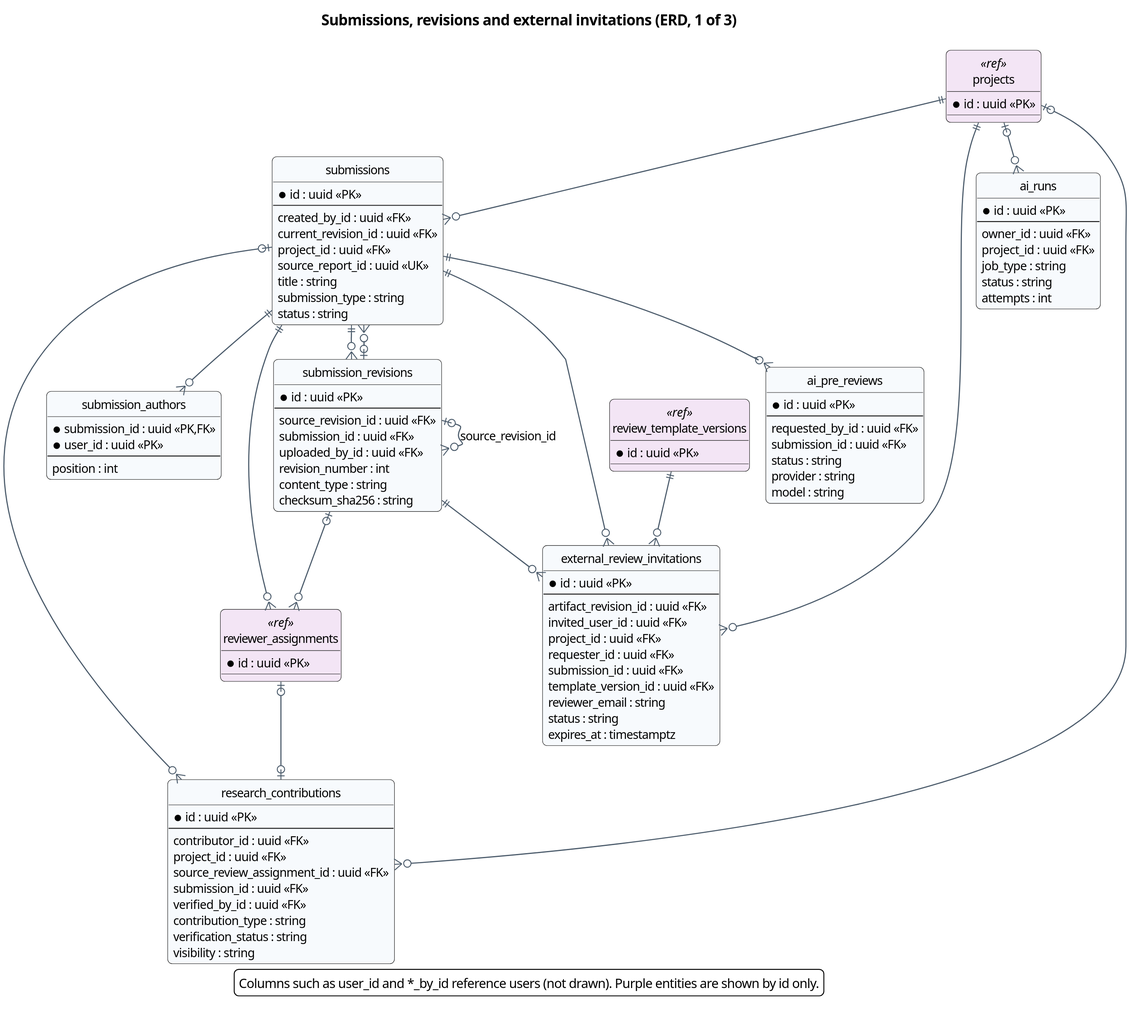
Above: docs/diagrams/report4/R4_ERD_review_a.svg in Khoa-Hoa-Technology-Solution-Company/lumi-gap (PlantUML), before the change. The source it was exported from:
```plantuml
@startuml
!pragma layout smetana
skinparam dpi 150
skinparam defaultFontName "Segoe UI"
skinparam defaultFontSize 13
skinparam shadowing false
skinparam roundCorner 10
skinparam ArrowColor #4A5A6A
skinparam ArrowThickness 1.2
skinparam BorderColor #2F6DB5
skinparam BackgroundColor #FFFFFF
skinparam TitleFontSize 16
skinparam TitleFontStyle bold
skinparam entity {
  BackgroundColor #F7FAFD
  BorderColor #2F6DB5
}
skinparam entity<<ref>> {
  BackgroundColor #F3E5F5
  BorderColor #7B1FA2
}
skinparam linetype ortho
hide circle
title Submissions, revisions and external invitations (ERD, 1 of 3)
entity submissions #F7FAFD {
  * id : uuid <<PK>>
  --
  created_by_id : uuid <<FK>>
  current_revision_id : uuid <<FK>>
  project_id : uuid <<FK>>
  source_report_id : uuid <<UK>>
  title : string
  submission_type : string
  status : string
}
entity submission_authors #F7FAFD {
  * submission_id : uuid <<PK,FK>>
  * user_id : uuid <<PK>>
  --
  position : int
}
entity submission_revisions #F7FAFD {
  * id : uuid <<PK>>
  --
  source_revision_id : uuid <<FK>>
  submission_id : uuid <<FK>>
  uploaded_by_id : uuid <<FK>>
  revision_number : int
  content_type : string
  checksum_sha256 : string
}
entity ai_pre_reviews #F7FAFD {
  * id : uuid <<PK>>
  --
  requested_by_id : uuid <<FK>>
  submission_id : uuid <<FK>>
  status : string
  provider : string
  model : string
}
entity ai_runs #F7FAFD {
  * id : uuid <<PK>>
  --
  owner_id : uuid <<FK>>
  project_id : uuid <<FK>>
  job_type : string
  status : string
  attempts : int
}
entity research_contributions #F7FAFD {
  * id : uuid <<PK>>
  --
  contributor_id : uuid <<FK>>
  project_id : uuid <<FK>>
  source_review_assignment_id : uuid <<FK>>
  submission_id : uuid <<FK>>
  verified_by_id : uuid <<FK>>
  contribution_type : string
  verification_status : string
  visibility : string
}
entity external_review_invitations #F7FAFD {
  * id : uuid <<PK>>
  --
  artifact_revision_id : uuid <<FK>>
  invited_user_id : uuid <<FK>>
  project_id : uuid <<FK>>
  requester_id : uuid <<FK>>
  submission_id : uuid <<FK>>
  template_version_id : uuid <<FK>>
  reviewer_email : string
  status : string
  expires_at : timestamptz
}
entity projects <<ref>> #F3E5F5 {
  * id : uuid <<PK>>
}
entity reviewer_assignments <<ref>> #F3E5F5 {
  * id : uuid <<PK>>
}
entity review_template_versions <<ref>> #F3E5F5 {
  * id : uuid <<PK>>
}
projects |o--o{ ai_runs
projects |o--o{ research_contributions
projects ||--o{ external_review_invitations
projects ||--o{ submissions
review_template_versions ||--o{ external_review_invitations
reviewer_assignments |o--o| research_contributions
submission_revisions |o--o{ reviewer_assignments
submission_revisions |o--o{ submission_revisions : source_revision_id
submission_revisions |o--o{ submissions
submission_revisions ||--o{ external_review_invitations
submissions |o--o{ research_contributions
submissions ||--o{ ai_pre_reviews
submissions ||--o{ external_review_invitations
submissions ||--o{ reviewer_assignments
submissions ||--o{ submission_authors
submissions ||--o{ submission_revisions
legend bottom
Columns such as user_id and *_by_id reference users (not drawn). Purple entities are shown by id only.
endlegend
@enduml
```
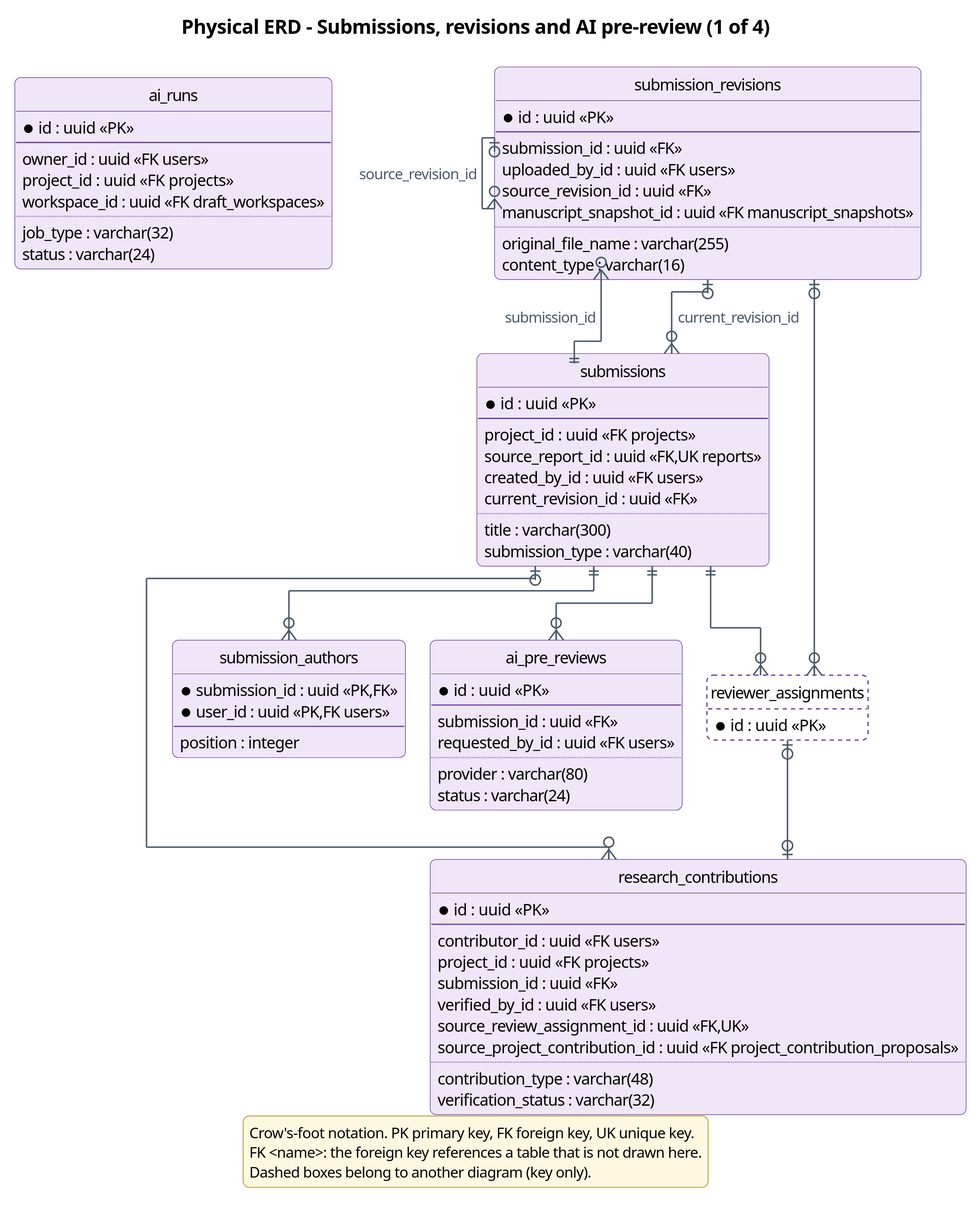
Above is the later version.

Change to the diagram source:
```diff
@@ -1,123 +1,105 @@
 @startuml
-!pragma layout smetana
-skinparam dpi 150
+!pragma layout elk
+skinparam dpi 200
 skinparam defaultFontName "Segoe UI"
 skinparam defaultFontSize 13
 skinparam shadowing false
 skinparam roundCorner 10
+skinparam backgroundColor #FFFFFF
 skinparam ArrowColor #4A5A6A
 skinparam ArrowThickness 1.2
-skinparam BorderColor #2F6DB5
-skinparam BackgroundColor #FFFFFF
+skinparam ArrowFontSize 12
+skinparam ArrowFontColor #4A5A6A
 skinparam TitleFontSize 16
 skinparam TitleFontStyle bold
 skinparam entity {
-  BackgroundColor #F7FAFD
-  BorderColor #2F6DB5
+  BackgroundColor #EFE6F8
+  BorderColor #6A3FA0
 }
-skinparam entity<<ref>> {
-  BackgroundColor #F3E5F5
-  BorderColor #7B1FA2
+skinparam legend {
+  BackgroundColor #FFF8E1
+  BorderColor #C9B36B
+  FontSize 12
 }
-skinparam linetype ortho
+skinparam stereotypeFontSize 10
 hide circle
-title Submissions, revisions and external invitations (ERD, 1 of 3)
-entity submissions #F7FAFD {
+hide empty methods
+title Physical ERD - Submissions, revisions and AI pre-review (1 of 4)
+entity submissions #EFE6F8;line:6A3FA0 {
   * id : uuid <<PK>>
   --
-  created_by_id : uuid <<FK>>
+  project_id : uuid <<FK projects>>
+  source_report_id : uuid <<FK,UK reports>>
+  created_by_id : uuid <<FK users>>
   current_revision_id : uuid <<FK>>
-  project_id : uuid <<FK>>
-  source_report_id : uuid <<UK>>
-  title : string
-  submission_type : string
-  status : string
+  ..
+  title : varchar(300)
+  submission_type : varchar(40)
 }
-entity submission_authors #F7FAFD {
+entity submission_authors #EFE6F8;line:6A3FA0 {
   * submission_id : uuid <<PK,FK>>
-  * user_id : uuid <<PK>>
+  * user_id : uuid <<PK,FK users>>
   --
-  position : int
+  position : integer
 }
-entity submission_revisions #F7FAFD {
+entity submission_revisions #EFE6F8;line:6A3FA0 {
   * id : uuid <<PK>>
   --
+  submission_id : uuid <<FK>>
+  uploaded_by_id : uuid <<FK users>>
   source_revision_id : uuid <<FK>>
-  submission_id : uuid <<FK>>
-  uploaded_by_id : uuid <<FK>>
-  revision_number : int
-  content_type : string
-  checksum_sha256 : string
+  manuscript_snapshot_id : uuid <<FK manuscript_snapshots>>
+  ..
+  original_file_name : varchar(255)
+  content_type : varchar(16)
 }
-entity ai_pre_reviews #F7FAFD {
+entity ai_pre_reviews #EFE6F8;line:6A3FA0 {
   * id : uuid <<PK>>
   --
-  requested_by_id : uuid <<FK>>
   submission_id : uuid <<FK>>
-  status : string
-  provider : string
-  model : string
+  requested_by_id : uuid <<FK users>>
+  ..
+  provider : varchar(80)
+  status : varchar(24)
 }
-entity ai_runs #F7FAFD {
+entity ai_runs #EFE6F8;line:6A3FA0 {
   * id : uuid <<PK>>
   --
-  owner_id : uuid <<FK>>
-  project_id : uuid <<FK>>
-  job_type : string
-  status : string
-  attempts : int
+  owner_id : uuid <<FK users>>
+  project_id : uuid <<FK projects>>
+  workspace_id : uuid <<FK draft_workspaces>>
+  ..
+  job_type : varchar(32)
+  status : varchar(24)
 }
-entity research_contributions #F7FAFD {
+entity research_contributions #EFE6F8;line:6A3FA0 {
   * id : uuid <<PK>>
   --
-  contributor_id : uuid <<FK>>
-  project_id : uuid <<FK>>
-  source_review_assignment_id : uuid <<FK>>
+  contributor_id : uuid <<FK users>>
+  project_id : uuid <<FK projects>>
   submission_id : uuid <<FK>>
-  verified_by_id : uuid <<FK>>
-  contribution_type : string
-  verification_status : string
-  visibility : string
+  verified_by_id : uuid <<FK users>>
+  source_review_assignment_id : uuid <<FK,UK>>
+  source_project_contribution_id : uuid <<FK project_contribution_proposals>>
+  ..
+  contribution_type : varchar(48)
+  verification_status : varchar(32)
 }
-entity external_review_invitations #F7FAFD {
-  * id : uuid <<PK>>
-  --
-  artifact_revision_id : uuid <<FK>>
-  invited_user_id : uuid <<FK>>
-  project_id : uuid <<FK>>
-  requester_id : uuid <<FK>>
-  submission_id : uuid <<FK>>
-  template_version_id : uuid <<FK>>
-  reviewer_email : string
-  status : string
-  expires_at : timestamptz
-}
-entity projects <<ref>> #F3E5F5 {
+entity reviewer_assignments #FFFFFF;line:6A3FA0;line.dashed {
   * id : uuid <<PK>>
 }
-entity reviewer_assignments <<ref>> #F3E5F5 {
-  * id : uuid <<PK>>
-}
-entity review_template_versions <<ref>> #F3E5F5 {
-  * id : uuid <<PK>>
-}
-projects |o--o{ ai_runs
-projects |o--o{ research_contributions
-projects ||--o{ external_review_invitations
-projects ||--o{ submissions
-review_template_versions ||--o{ external_review_invitations
 reviewer_assignments |o--o| research_contributions
 submission_revisions |o--o{ reviewer_assignments
 submission_revisions |o--o{ submission_revisions : source_revision_id
-submission_revisions |o--o{ submissions
-submission_revisions ||--o{ external_review_invitations
+submission_revisions |o--o{ submissions : current_revision_id
+submissions ||--o{ ai_pre_reviews
 submissions |o--o{ research_contributions
-submissions ||--o{ ai_pre_reviews
-submissions ||--o{ external_review_invitations
 submissions ||--o{ reviewer_assignments
 submissions ||--o{ submission_authors
-submissions ||--o{ submission_revisions
+submissions ||--o{ submission_revisions : submission_id
 legend bottom
-Columns such as user_id and *_by_id reference users (not drawn). Purple entities are shown by id only.
+Crow's-foot notation. PK primary key, FK foreign key, UK unique key.
+FK <name>: the foreign key references a table that is not drawn here.
+Dashed boxes belong to another diagram (key only).
 endlegend
 @enduml
```
